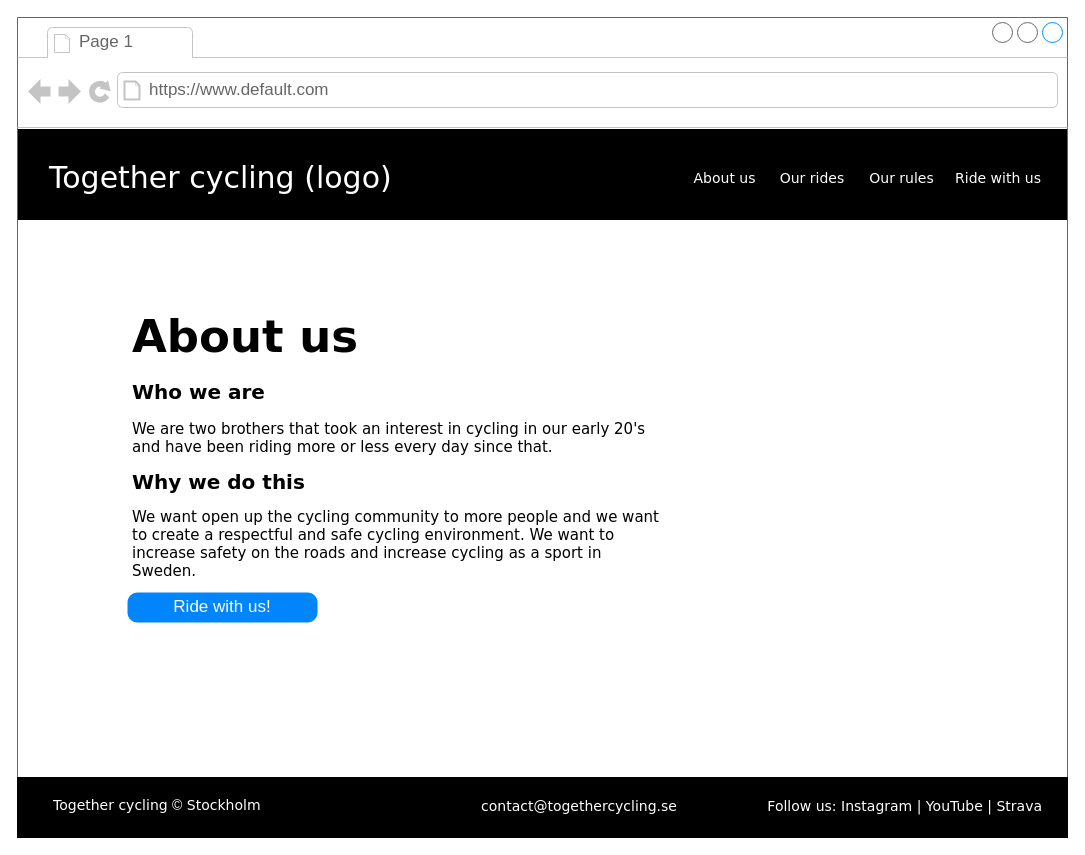
Earlier version of the draw.io diagram page "About us" (2 of 6) of Together-cycling.drawio (CharlottaG/Together-Cycling). Source tidied: cells renumbered, new cells numbered last; positions are measured from the earlier drawing's top-left corner, leaving out a move shared by most shapes. Both pictures are drawn from the tidied source at 100%, with x=0, y=0 at pixel (17, 17).
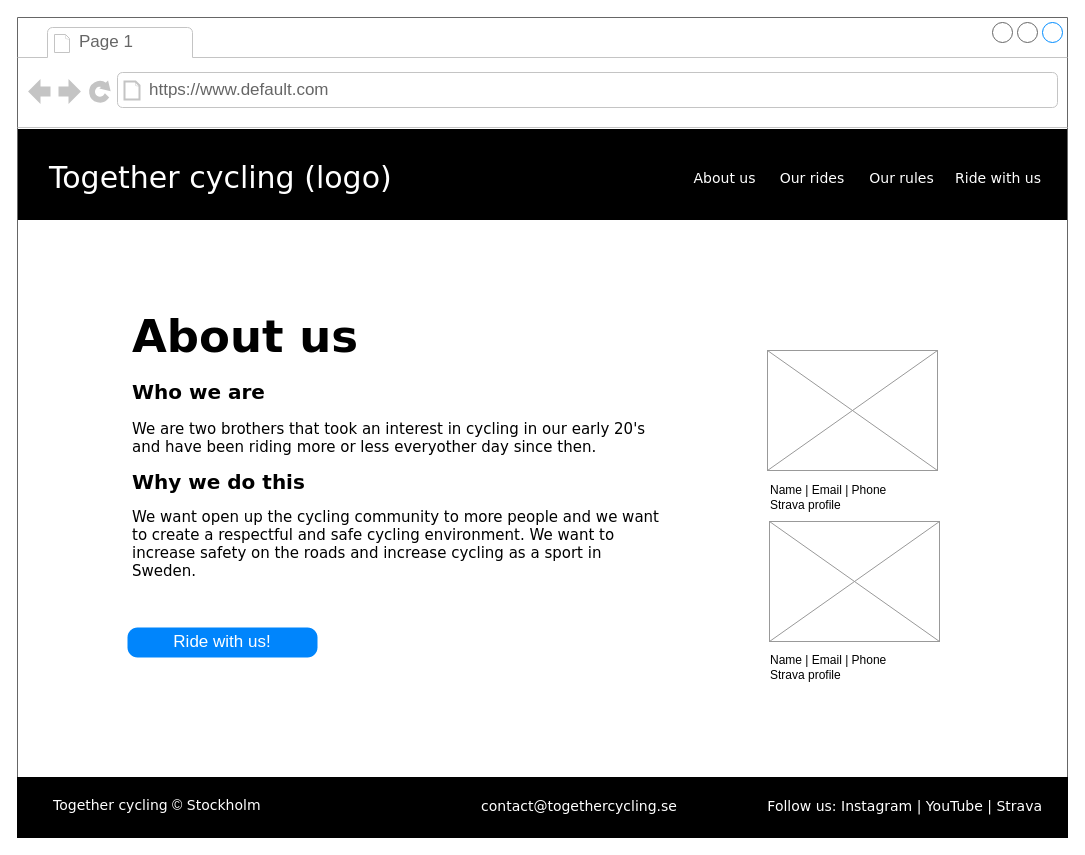
The same diagram, later.

Unchanged cells that the change refers to:
```xml
<mxCell id="2" style="strokeWidth=1;shadow=0;dashed=0;align=center;html=1;shape=mxgraph.mockup.containers.browserWindow;rSize=0;strokeColor=#666666;mainText=,;rounded=0;labelBackgroundColor=none;fontFamily=Verdana;fontSize=12;" parent="1" vertex="1">
  <mxGeometry width="1050" height="820" as="geometry" />
</mxCell>
```

The edit, as a diff of the source:
```diff
@@
+    <mxCell id="17" value="Name | Email |&amp;nbsp;&lt;span style=&quot;background-color: initial;&quot;&gt;Phone&lt;br&gt;Strava profile&lt;/span&gt;" style="text;html=1;strokeColor=none;fillColor=none;align=left;verticalAlign=middle;whiteSpace=wrap;rounded=0;" parent="2" vertex="1">
+      <mxGeometry x="751" y="465" width="169" height="30" as="geometry" />
+    </mxCell>
+    <mxCell id="18" value="Name | Email |&amp;nbsp;&lt;span style=&quot;background-color: initial;&quot;&gt;Phone&lt;br&gt;Strava profile&lt;/span&gt;" style="text;html=1;strokeColor=none;fillColor=none;align=left;verticalAlign=middle;whiteSpace=wrap;rounded=0;" parent="2" vertex="1">
+      <mxGeometry x="751" y="635" width="169" height="30" as="geometry" />
+    </mxCell>
-    <mxCell id="11" value="&lt;h1&gt;&lt;font face=&quot;Verdana&quot; style=&quot;font-size: 45px;&quot;&gt;About us&lt;/font&gt;&lt;/h1&gt;&lt;h2&gt;&lt;font face=&quot;Verdana&quot; style=&quot;font-size: 20px;&quot;&gt;Who we are&lt;/font&gt;&lt;/h2&gt;&lt;font face=&quot;Verdana&quot; style=&quot;&quot;&gt;&lt;font style=&quot;font-size: 15px;&quot;&gt;We are two brothers that took an interest in cycling in our early 20's and have been riding more or less every day since that.&lt;/font&gt;&lt;br&gt;&lt;/font&gt;&lt;h3&gt;&lt;font face=&quot;Verdana&quot; style=&quot;font-size: 20px;&quot;&gt;Why we do this&lt;/font&gt;&lt;/h3&gt;&lt;font style=&quot;&quot;&gt;&lt;font face=&quot;Verdana&quot; style=&quot;font-size: 15px;&quot;&gt;We want open up the cycling community to more people and we want to create a respectful and safe cycling environment. We want to increase safety on the roads and increase cycling as a sport in Sweden.&lt;/font&gt;&lt;/font&gt;" style="text;html=1;strokeColor=none;fillColor=none;spacing=5;spacingTop=-20;whiteSpace=wrap;overflow=hidden;rounded=0;" parent="1" vertex="1">
+    <mxCell id="11" value="&lt;h1&gt;&lt;font face=&quot;Verdana&quot; style=&quot;font-size: 45px;&quot;&gt;About us&lt;/font&gt;&lt;/h1&gt;&lt;h2&gt;&lt;font face=&quot;Verdana&quot; style=&quot;font-size: 20px;&quot;&gt;Who we are&lt;/font&gt;&lt;/h2&gt;&lt;font face=&quot;Verdana&quot; style=&quot;&quot;&gt;&lt;font style=&quot;font-size: 15px;&quot;&gt;We are two brothers that took an interest in cycling in our early 20's and have been riding more or less everyother day since then.&lt;/font&gt;&lt;br&gt;&lt;/font&gt;&lt;h3&gt;&lt;font face=&quot;Verdana&quot; style=&quot;font-size: 20px;&quot;&gt;Why we do this&lt;/font&gt;&lt;/h3&gt;&lt;font style=&quot;&quot;&gt;&lt;font face=&quot;Verdana&quot; style=&quot;font-size: 15px;&quot;&gt;We want open up the cycling community to more people and we want to create a respectful and safe cycling environment. We want to increase safety on the roads and increase cycling as a sport in Sweden.&lt;/font&gt;&lt;/font&gt;" style="text;html=1;strokeColor=none;fillColor=none;spacing=5;spacingTop=-20;whiteSpace=wrap;overflow=hidden;rounded=0;" parent="1" vertex="1">
       <mxGeometry x="110" y="287" width="539" height="365" as="geometry" />
     </mxCell>
     <mxCell id="12" value="Ride with us!" style="strokeWidth=1;shadow=0;dashed=0;align=center;html=1;shape=mxgraph.mockup.buttons.button;strokeColor=none;mainText=;buttonStyle=round;fontSize=17;fontStyle=0;fillColor=#0085FC;whiteSpace=wrap;rounded=0;labelBackgroundColor=none;fontColor=#FFFFFF;" parent="1" vertex="1">
-      <mxGeometry x="110" y="575" width="190" height="30" as="geometry" />
+      <mxGeometry x="110" y="610" width="190" height="30" as="geometry" />
     </mxCell>
@@
+    <mxCell id="19" style="verticalLabelPosition=bottom;shadow=0;dashed=0;align=center;html=1;verticalAlign=top;strokeWidth=1;shape=mxgraph.mockup.graphics.simpleIcon;strokeColor=#999999;" parent="1" vertex="1">
+      <mxGeometry x="750" y="333" width="170" height="120" as="geometry" />
+    </mxCell>
+    <mxCell id="20" style="verticalLabelPosition=bottom;shadow=0;dashed=0;align=center;html=1;verticalAlign=top;strokeWidth=1;shape=mxgraph.mockup.graphics.simpleIcon;strokeColor=#999999;" parent="1" vertex="1">
+      <mxGeometry x="752" y="504" width="170" height="120" as="geometry" />
+    </mxCell>
```
